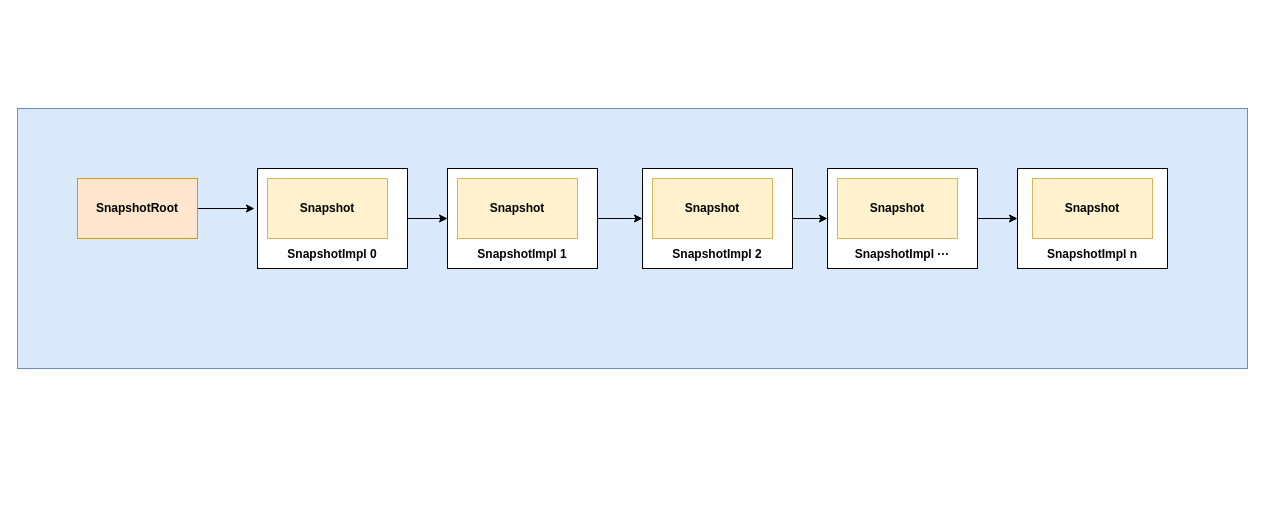
Earlier version of the draw.io diagram snapshotimpl.drawio (forfreeday/design). Source tidied: cells renumbered, new cells numbered last; positions are measured from the earlier drawing's top-left corner, leaving out a move shared by most shapes. Both pictures are drawn from the tidied source at 100%, with x=0, y=0 at pixel (17, 108).
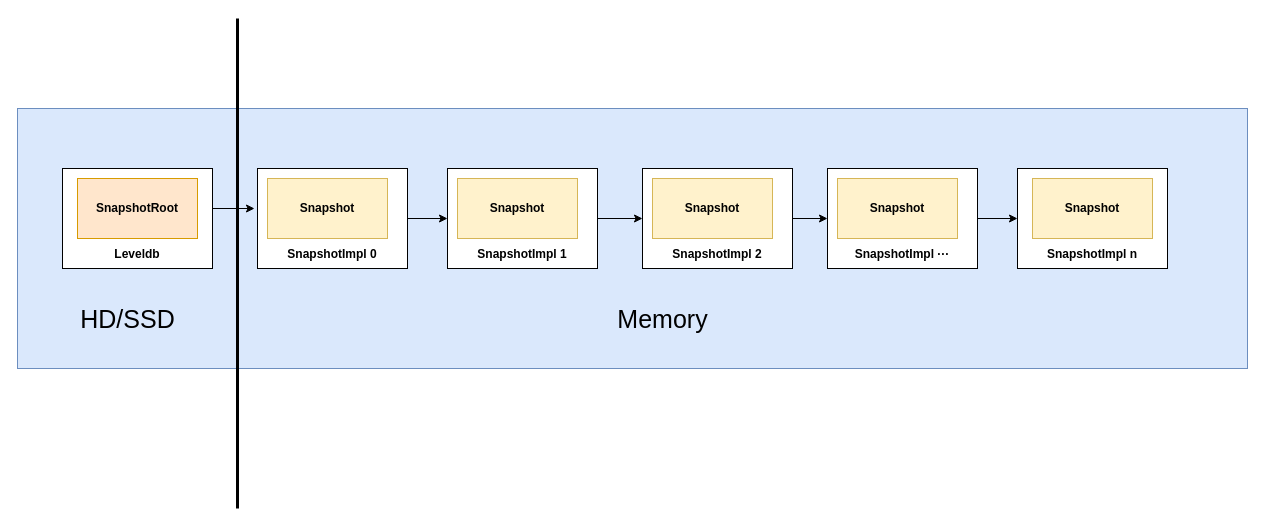
The same page after the edit.

What changed in the source:
```diff
@@
+    <mxCell id="19" value="&lt;b&gt;&lt;br&gt;&lt;br&gt;&lt;br&gt;&lt;br&gt;&lt;br&gt;Leveldb&lt;/b&gt;" style="rounded=0;whiteSpace=wrap;html=1;" parent="1" vertex="1">
+      <mxGeometry x="45" y="60" width="150" height="100" as="geometry" />
+    </mxCell>
@@
+    <mxCell id="20" style="endArrow=none;html=1;rounded=0;strokeWidth=3;" parent="1" edge="1">
+      <mxGeometry relative="1" as="geometry">
+        <mxPoint x="220" y="400" as="sourcePoint" />
+        <mxPoint x="220" y="-90" as="targetPoint" />
+      </mxGeometry>
+    </mxCell>
+    <mxCell id="21" value="Memory" style="text;html=1;align=center;verticalAlign=middle;fillColor=none;strokeColor=none;rounded=0;strokeWidth=6;fontSize=25;" parent="1" vertex="1">
+      <mxGeometry x="590" y="190" width="110" height="40" as="geometry" />
+    </mxCell>
+    <mxCell id="22" value="HD/SSD" style="text;html=1;align=center;verticalAlign=middle;fillColor=none;strokeColor=none;rounded=0;fontSize=25;" parent="1" vertex="1">
+      <mxGeometry x="55" y="190" width="110" height="40" as="geometry" />
+    </mxCell>
```
